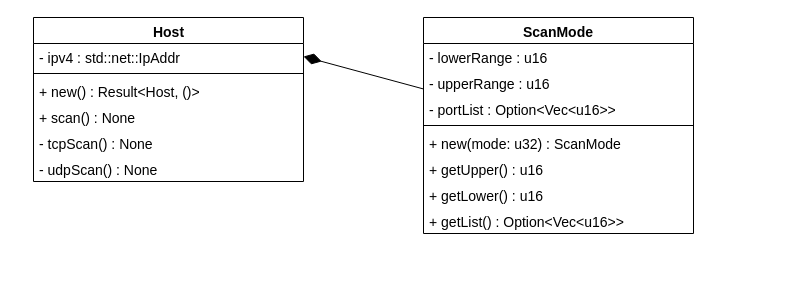
Above: workflow/scanner_class.drawio in monsieurjune/GUINetworkScanner (draw.io), before the change. Source tidied: cells renumbered, new cells numbered last; positions are measured from the earlier drawing's top-left corner, leaving out a move shared by most shapes. Both pictures are drawn from the tidied source at 100%, with x=0, y=0 at pixel (33, 17).
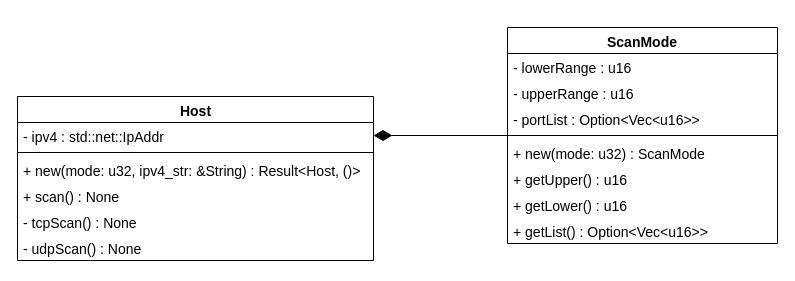
The same page after the edit.

Commit message (it also covers changes not shown here):
Update scanner's classes 1

Change to the diagram source:
```diff
@@
 <mxGraphModel>
   <root>
     <mxCell id="0" />
     <mxCell id="1" parent="0" />
     <mxCell id="2" value="Host" style="swimlane;fontStyle=1;align=center;verticalAlign=top;horizontal=1;startSize=26;strokeColor=default;fontFamily=Helvetica;fontSize=14;fontColor=default;fillColor=none;html=1;" parent="1" vertex="1">
-      <mxGeometry width="270" height="164" as="geometry" />
+      <mxGeometry x="-16" y="79" width="356" height="164" as="geometry" />
     </mxCell>
     <mxCell id="3" value="- ipv4 : std::net::IpAddr" style="text;strokeColor=none;fillColor=none;align=left;verticalAlign=top;spacingLeft=4;spacingRight=4;overflow=hidden;points=[[0,0.5],[1,0.5]];portConstraint=eastwest;fontFamily=Helvetica;fontSize=14;fontColor=default;startSize=26;html=1;" parent="2" vertex="1">
-      <mxGeometry y="26" width="270" height="26" as="geometry" />
+      <mxGeometry y="26" width="356" height="26" as="geometry" />
     </mxCell>
     <mxCell id="4" style="line;strokeWidth=1;fillColor=none;align=left;verticalAlign=middle;spacingTop=-1;spacingLeft=3;spacingRight=3;labelPosition=right;strokeColor=inherit;fontFamily=Helvetica;fontSize=14;fontColor=default;startSize=26;html=1;" parent="2" vertex="1">
-      <mxGeometry y="52" width="270" height="8" as="geometry" />
+      <mxGeometry y="52" width="356" height="8" as="geometry" />
     </mxCell>
-    <mxCell id="5" value="+ new() : Result&amp;lt;Host, ()&amp;gt;" style="text;strokeColor=none;fillColor=none;align=left;verticalAlign=top;spacingLeft=4;spacingRight=4;overflow=hidden;fontFamily=Helvetica;fontSize=14;fontColor=default;startSize=26;html=1;" parent="2" vertex="1">
-      <mxGeometry y="60" width="270" height="26" as="geometry" />
+    <mxCell id="5" value="+ new(mode: u32, ipv4_str: &amp;amp;String) : Result&amp;lt;Host, ()&amp;gt;" style="text;strokeColor=none;fillColor=none;align=left;verticalAlign=top;spacingLeft=4;spacingRight=4;overflow=hidden;fontFamily=Helvetica;fontSize=14;fontColor=default;startSize=26;html=1;" parent="2" vertex="1">
+      <mxGeometry y="60" width="356" height="26" as="geometry" />
     </mxCell>
     <mxCell id="6" value="+ scan() : None" style="text;strokeColor=none;fillColor=none;align=left;verticalAlign=top;spacingLeft=4;spacingRight=4;overflow=hidden;fontFamily=Helvetica;fontSize=14;fontColor=default;startSize=26;html=1;" parent="2" vertex="1">
-      <mxGeometry y="86" width="270" height="26" as="geometry" />
+      <mxGeometry y="86" width="356" height="26" as="geometry" />
     </mxCell>
     <mxCell id="7" value="- tcpScan() : None" style="text;strokeColor=none;fillColor=none;align=left;verticalAlign=top;spacingLeft=4;spacingRight=4;overflow=hidden;fontFamily=Helvetica;fontSize=14;fontColor=default;startSize=26;html=1;" parent="2" vertex="1">
-      <mxGeometry y="112" width="270" height="26" as="geometry" />
+      <mxGeometry y="112" width="356" height="26" as="geometry" />
     </mxCell>
     <mxCell id="8" value="- udpScan() : None" style="text;strokeColor=none;fillColor=none;align=left;verticalAlign=top;spacingLeft=4;spacingRight=4;overflow=hidden;fontFamily=Helvetica;fontSize=14;fontColor=default;startSize=26;html=1;" parent="2" vertex="1">
-      <mxGeometry y="138" width="270" height="26" as="geometry" />
+      <mxGeometry y="138" width="356" height="26" as="geometry" />
     </mxCell>
     <mxCell id="9" style="edgeStyle=none;html=1;entryX=1;entryY=0.5;entryDx=0;entryDy=0;endArrow=diamondThin;endFill=1;endSize=16;fontSize=14;" parent="1" edge="1" source="10" target="3">
       <mxGeometry relative="1" as="geometry" />
     </mxCell>
     <mxCell id="10" value="ScanMode" style="swimlane;fontStyle=1;align=center;verticalAlign=top;horizontal=1;startSize=26;fontSize=14;" parent="1" vertex="1">
-      <mxGeometry x="390" width="270" height="216" as="geometry" />
+      <mxGeometry x="474" y="10" width="270" height="216" as="geometry" />
     </mxCell>
     <mxCell id="11" value="- lowerRange : u16" style="text;strokeColor=none;fillColor=none;align=left;verticalAlign=top;spacingLeft=4;spacingRight=4;overflow=hidden;fontSize=14;" parent="10" vertex="1">
       <mxGeometry y="26" width="270" height="26" as="geometry" />
     </mxCell>
     <mxCell id="12" value="- upperRange : u16" style="text;strokeColor=none;fillColor=none;align=left;verticalAlign=top;spacingLeft=4;spacingRight=4;overflow=hidden;fontSize=14;" parent="10" vertex="1">
       <mxGeometry y="52" width="270" height="26" as="geometry" />
     </mxCell>
     <mxCell id="13" value="- portList : Option&lt;Vec&lt;u16&gt;&gt;" style="text;strokeColor=none;fillColor=none;align=left;verticalAlign=top;spacingLeft=4;spacingRight=4;overflow=hidden;fontSize=14;" parent="10" vertex="1">
       <mxGeometry y="78" width="270" height="26" as="geometry" />
     </mxCell>
     <mxCell id="14" style="line;strokeWidth=1;fillColor=none;align=left;verticalAlign=middle;spacingTop=-1;spacingLeft=3;spacingRight=3;labelPosition=right;strokeColor=inherit;fontSize=14;" parent="10" vertex="1">
       <mxGeometry y="104" width="270" height="8" as="geometry" />
     </mxCell>
     <mxCell id="15" value="+ new(mode: u32) : ScanMode" style="text;strokeColor=none;fillColor=none;align=left;verticalAlign=top;spacingLeft=4;spacingRight=4;overflow=hidden;fontSize=14;" parent="10" vertex="1">
       <mxGeometry y="112" width="270" height="26" as="geometry" />
     </mxCell>
     <mxCell id="16" value="+ getUpper() : u16" style="text;strokeColor=none;fillColor=none;align=left;verticalAlign=top;spacingLeft=4;spacingRight=4;overflow=hidden;fontSize=14;" parent="10" vertex="1">
       <mxGeometry y="138" width="270" height="26" as="geometry" />
     </mxCell>
     <mxCell id="17" value="+ getLower() : u16" style="text;strokeColor=none;fillColor=none;align=left;verticalAlign=top;spacingLeft=4;spacingRight=4;overflow=hidden;fontSize=14;" parent="10" vertex="1">
       <mxGeometry y="164" width="270" height="26" as="geometry" />
     </mxCell>
     <mxCell id="18" value="+ getList() : Option&lt;Vec&lt;u16&gt;&gt;" style="text;strokeColor=none;fillColor=none;align=left;verticalAlign=top;spacingLeft=4;spacingRight=4;overflow=hidden;fontSize=14;" parent="10" vertex="1">
       <mxGeometry y="190" width="270" height="26" as="geometry" />
     </mxCell>
   </root>
 </mxGraphModel>
```
